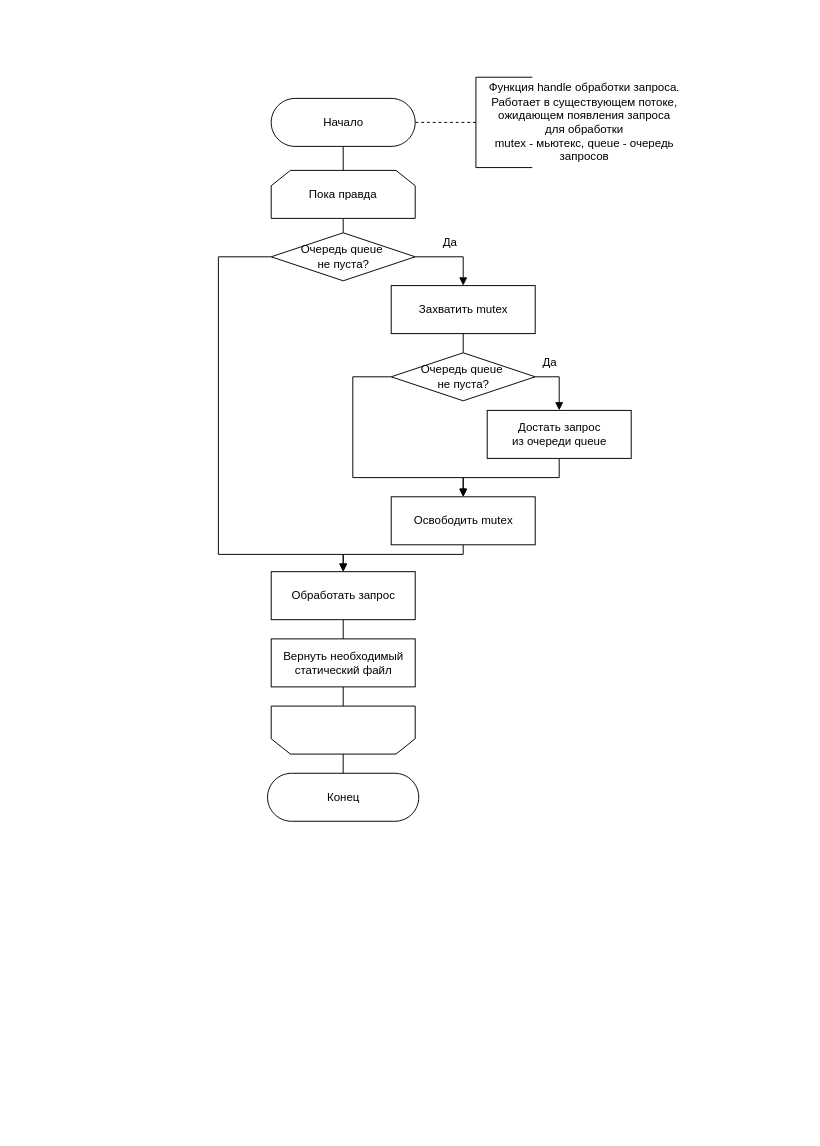
This is lab04/diagrams/handle.drawio from kalashkovpaul/bmstu-aa, a draw.io file, before an edit. Source tidied: cells renumbered, new cells numbered last; positions are measured from the earlier drawing's top-left corner, leaving out a move shared by most shapes. Both pictures are drawn from the tidied source at 96%, with x=0, y=0 at pixel (16, 16).
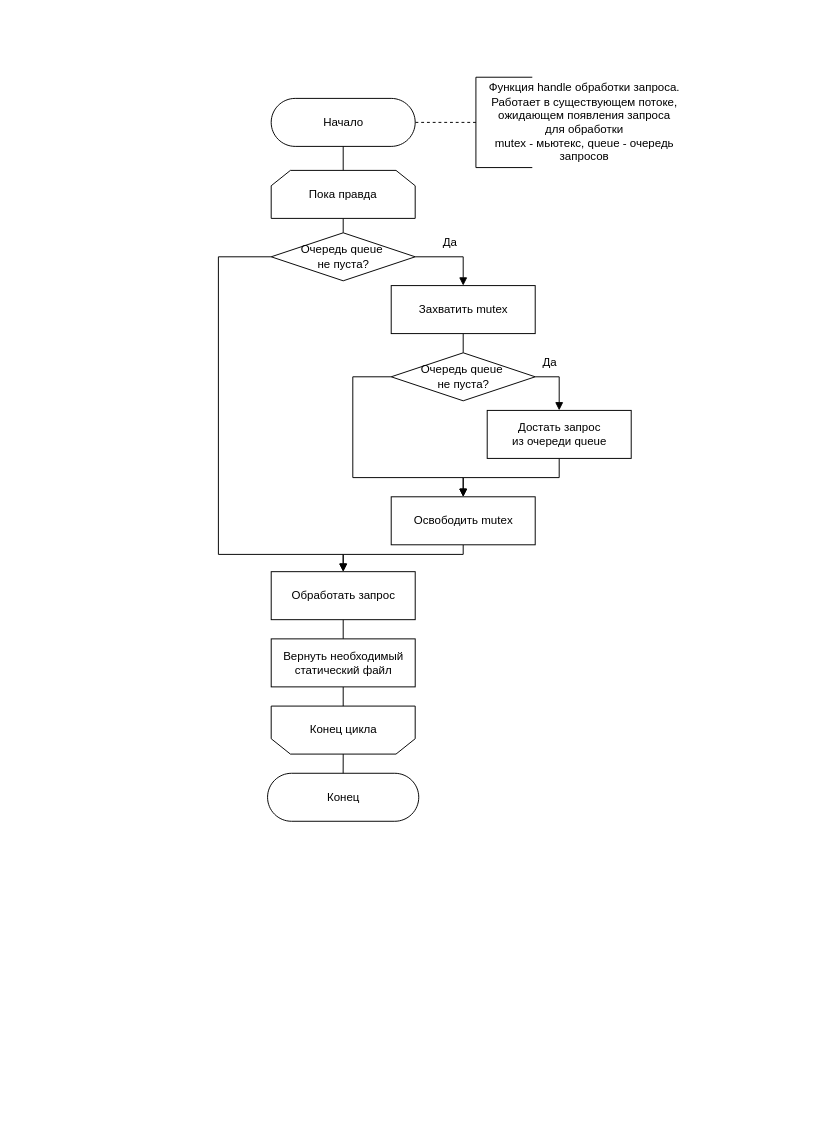
The same diagram, later.

Diff of the diagram source:
```diff
@@
+    <mxCell id="31" value="Конец цикла" style="text;html=1;align=center;verticalAlign=middle;fillColor=none;strokeColor=none;rounded=0;" parent="1" vertex="1">
+      <mxGeometry x="299" y="734" width="82" height="18" as="geometry" />
+    </mxCell>
```
